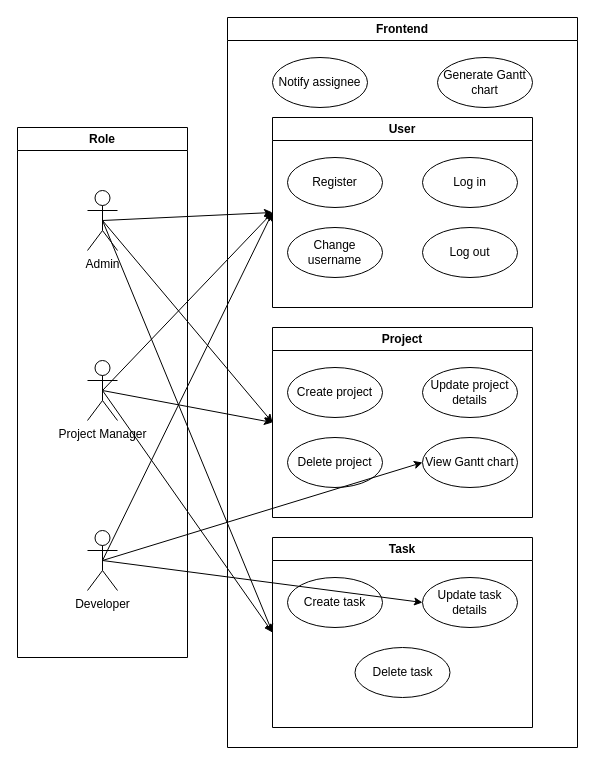
The draw.io diagram docs/Specnogram use case diagram.drawio in Nkosie199/Specnogram, before the edit. Source tidied: cells renumbered, new cells numbered last; positions are measured from the earlier drawing's top-left corner, leaving out a move shared by most shapes. Both pictures are drawn from the tidied source at 100%, with x=0, y=0 at pixel (17, 17).
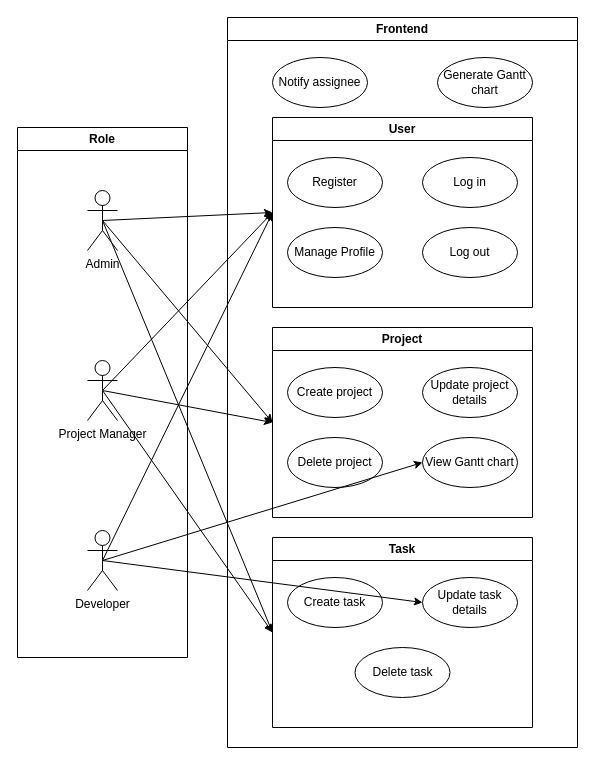
The same page after the edit.

The change refers to these unchanged cells:
```xml
<mxCell id="9" value="User" style="swimlane;whiteSpace=wrap;html=1;startSize=23;" parent="6" vertex="1">
  <mxGeometry x="45" y="100" width="260" height="190" as="geometry" />
</mxCell>
```

Change to the diagram source:
```diff
@@
-    <mxCell id="13" value="Change username" style="ellipse;whiteSpace=wrap;html=1;" parent="9" vertex="1">
+    <mxCell id="13" value="Manage Profile" style="ellipse;whiteSpace=wrap;html=1;" parent="9" vertex="1">
       <mxGeometry x="15" y="110" width="95" height="50" as="geometry" />
     </mxCell>
```
